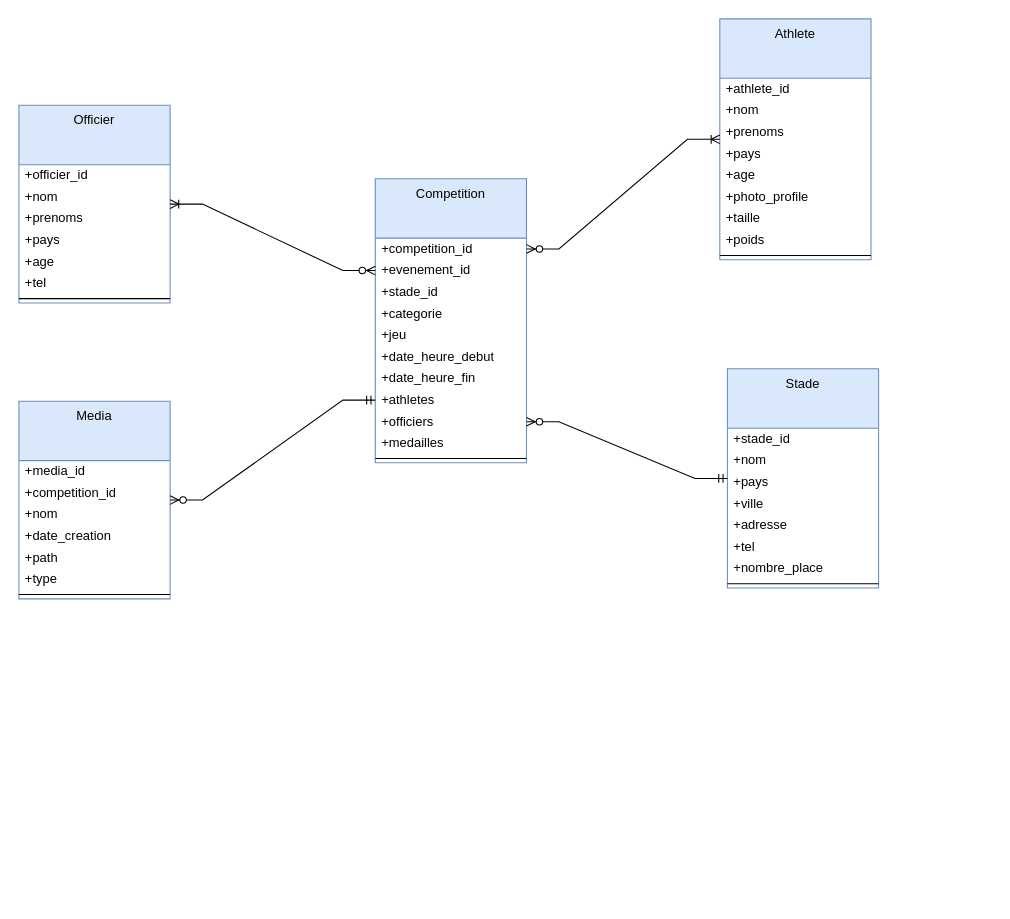
Earlier version of the draw.io diagram page "Page-2" (2 of 2) of nosql.drawio (Kaji17/Diagramme-UML). Source tidied: cells renumbered, new cells numbered last; positions are measured from the earlier drawing's top-left corner, leaving out a move shared by most shapes. Both pictures are drawn from the tidied source at 108%, with x=0, y=0 at pixel (18, 18).
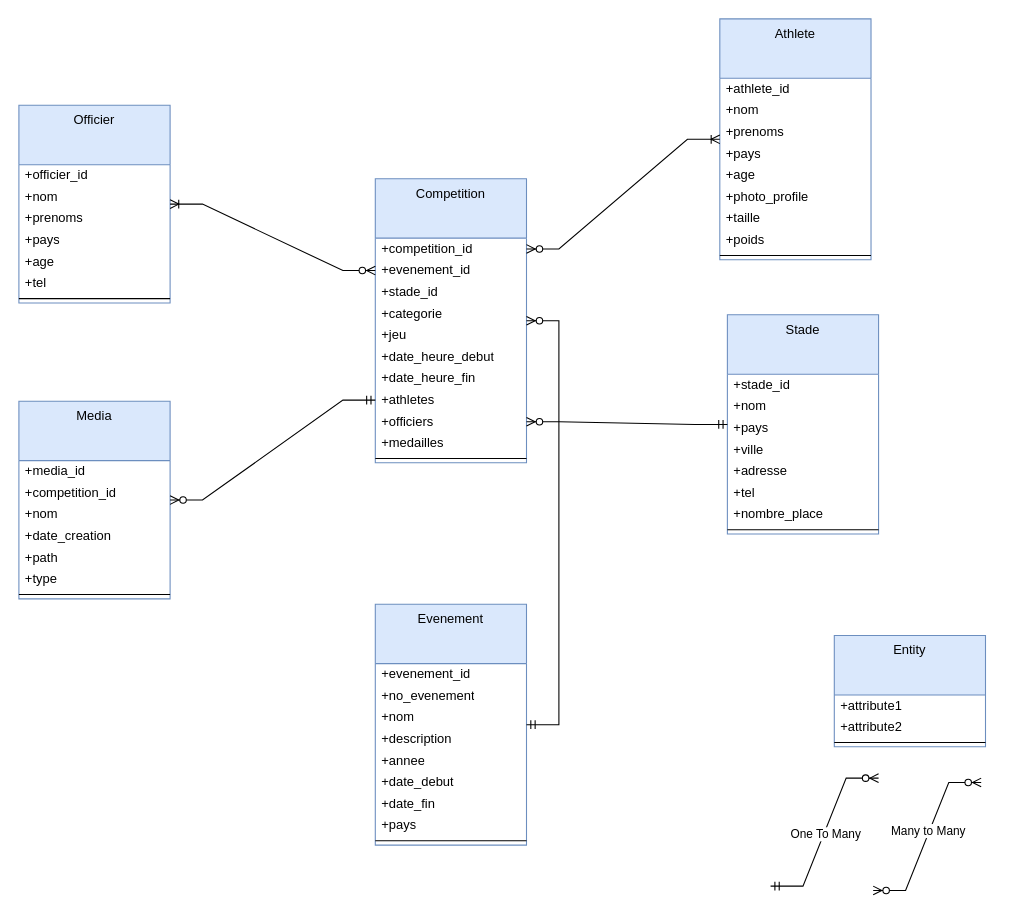
The same page after the edit.

Commit message:
Mettre à jour nosql.drawio

The change refers to these unchanged cells:
```xml
<mxCell id="2" value="Competition" style="swimlane;fontStyle=0;align=center;verticalAlign=top;horizontal=1;startSize=55;html=1;whiteSpace=wrap;fillColor=#dae8fc;strokeColor=#6c8ebf;" parent="1" vertex="1">
  <mxGeometry x="330" y="148" width="140" height="263" as="geometry" />
</mxCell>
```

Change to the diagram source:
```diff
@@
     <mxCell id="34" value="Stade" style="swimlane;fontStyle=0;align=center;verticalAlign=top;horizontal=1;startSize=55;html=1;whiteSpace=wrap;fillColor=#dae8fc;strokeColor=#6c8ebf;" parent="1" vertex="1">
-      <mxGeometry x="656" y="324" width="140" height="203" as="geometry" />
+      <mxGeometry x="656" y="274" width="140" height="203" as="geometry" />
     </mxCell>
@@
+    <mxCell id="53" value="Evenement" style="swimlane;fontStyle=0;align=center;verticalAlign=top;horizontal=1;startSize=55;html=1;whiteSpace=wrap;fillColor=#dae8fc;strokeColor=#6c8ebf;" parent="1" vertex="1">
+      <mxGeometry x="330" y="542" width="140" height="223" as="geometry" />
+    </mxCell>
+    <mxCell id="54" value="+evenement_id" style="text;html=1;strokeColor=none;fillColor=none;align=left;verticalAlign=middle;spacingLeft=4;spacingRight=4;overflow=hidden;whiteSpace=wrap;" parent="53" vertex="1">
+      <mxGeometry y="55" width="140" height="20" as="geometry" />
+    </mxCell>
+    <mxCell id="55" value="+no_evenement" style="text;html=1;strokeColor=none;fillColor=none;align=left;verticalAlign=middle;spacingLeft=4;spacingRight=4;overflow=hidden;whiteSpace=wrap;" parent="53" vertex="1">
+      <mxGeometry y="75" width="140" height="20" as="geometry" />
+    </mxCell>
+    <mxCell id="56" value="+nom" style="text;html=1;strokeColor=none;fillColor=none;align=left;verticalAlign=middle;spacingLeft=4;spacingRight=4;overflow=hidden;whiteSpace=wrap;" parent="53" vertex="1">
+      <mxGeometry y="95" width="140" height="20" as="geometry" />
+    </mxCell>
+    <mxCell id="57" value="+description" style="text;html=1;strokeColor=none;fillColor=none;align=left;verticalAlign=middle;spacingLeft=4;spacingRight=4;overflow=hidden;whiteSpace=wrap;" parent="53" vertex="1">
+      <mxGeometry y="115" width="140" height="20" as="geometry" />
+    </mxCell>
+    <mxCell id="58" value="+annee" style="text;html=1;strokeColor=none;fillColor=none;align=left;verticalAlign=middle;spacingLeft=4;spacingRight=4;overflow=hidden;whiteSpace=wrap;" parent="53" vertex="1">
+      <mxGeometry y="135" width="140" height="20" as="geometry" />
+    </mxCell>
+    <mxCell id="59" value="+date_debut" style="text;html=1;strokeColor=none;fillColor=none;align=left;verticalAlign=middle;spacingLeft=4;spacingRight=4;overflow=hidden;whiteSpace=wrap;" parent="53" vertex="1">
+      <mxGeometry y="155" width="140" height="20" as="geometry" />
+    </mxCell>
+    <mxCell id="60" value="+date_fin" style="text;html=1;strokeColor=none;fillColor=none;align=left;verticalAlign=middle;spacingLeft=4;spacingRight=4;overflow=hidden;whiteSpace=wrap;" parent="53" vertex="1">
+      <mxGeometry y="175" width="140" height="20" as="geometry" />
+    </mxCell>
+    <mxCell id="61" value="+pays" style="text;html=1;strokeColor=none;fillColor=none;align=left;verticalAlign=middle;spacingLeft=4;spacingRight=4;overflow=hidden;whiteSpace=wrap;" parent="53" vertex="1">
+      <mxGeometry y="195" width="140" height="20" as="geometry" />
+    </mxCell>
+    <mxCell id="62" style="line;strokeWidth=1;fillColor=none;align=left;verticalAlign=middle;spacingTop=-1;spacingLeft=3;spacingRight=3;labelPosition=right;" parent="53" vertex="1">
+      <mxGeometry y="215" width="140" height="8" as="geometry" />
+    </mxCell>
+    <mxCell id="63" style="edgeStyle=entityRelationEdgeStyle;fontSize=12;html=1;endArrow=ERzeroToMany;startArrow=ERmandOne;rounded=0;" parent="1" edge="1" source="53" target="2">
+      <mxGeometry relative="1" as="geometry" />
+    </mxCell>
+    <mxCell id="64" value="Entity" style="swimlane;fontStyle=0;align=center;verticalAlign=top;horizontal=1;startSize=55;html=1;whiteSpace=wrap;fillColor=#dae8fc;strokeColor=#6c8ebf;" parent="1" vertex="1">
+      <mxGeometry x="755" y="571" width="140" height="103" as="geometry" />
+    </mxCell>
+    <mxCell id="65" value="+attribute1" style="text;html=1;strokeColor=none;fillColor=none;align=left;verticalAlign=middle;spacingLeft=4;spacingRight=4;overflow=hidden;whiteSpace=wrap;" parent="64" vertex="1">
+      <mxGeometry y="55" width="140" height="20" as="geometry" />
+    </mxCell>
+    <mxCell id="66" value="+attribute2" style="text;html=1;strokeColor=none;fillColor=none;align=left;verticalAlign=middle;spacingLeft=4;spacingRight=4;overflow=hidden;whiteSpace=wrap;" parent="64" vertex="1">
+      <mxGeometry y="75" width="140" height="20" as="geometry" />
+    </mxCell>
+    <mxCell id="67" style="line;strokeWidth=1;fillColor=none;align=left;verticalAlign=middle;spacingTop=-1;spacingLeft=3;spacingRight=3;labelPosition=right;" parent="64" vertex="1">
+      <mxGeometry y="95" width="140" height="8" as="geometry" />
+    </mxCell>
+    <mxCell id="68" style="edgeStyle=entityRelationEdgeStyle;fontSize=12;html=1;endArrow=ERzeroToMany;endFill=1;startArrow=ERzeroToMany;rounded=0;" parent="1" edge="1">
+      <mxGeometry relative="1" as="geometry">
+        <mxPoint x="791" y="807" as="sourcePoint" />
+        <mxPoint x="891" y="707" as="targetPoint" />
+      </mxGeometry>
+    </mxCell>
+    <mxCell id="69" value="Many to Many" style="edgeLabel;html=1;align=center;verticalAlign=middle;" parent="68" vertex="1">
+      <mxGeometry x="0.06" y="1" relative="1" as="geometry" />
+    </mxCell>
+    <mxCell id="70" style="edgeStyle=entityRelationEdgeStyle;fontSize=12;html=1;endArrow=ERzeroToMany;startArrow=ERmandOne;rounded=0;" parent="1" edge="1">
+      <mxGeometry relative="1" as="geometry">
+        <mxPoint x="696" y="803" as="sourcePoint" />
+        <mxPoint x="796" y="703" as="targetPoint" />
+      </mxGeometry>
+    </mxCell>
+    <mxCell id="71" value="One To Many" style="edgeLabel;html=1;align=center;verticalAlign=middle;" parent="70" vertex="1">
+      <mxGeometry x="-0.01" y="-1" relative="1" as="geometry" />
+    </mxCell>
```
